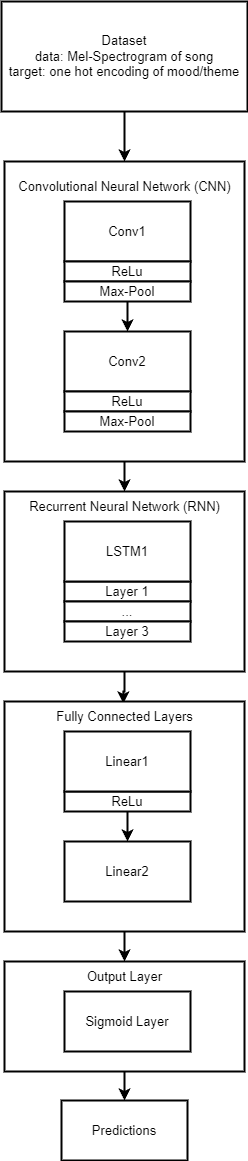
TomaszCieslak4/music-recognition keeps this draw.io diagram as images/Music-Recognition.drawio.png. Above is the earlier version. Source tidied: cells renumbered, new cells last; positions are measured from the earlier drawing's top-left corner, leaving out a move shared by most shapes. The source it was exported from:
```xml
<mxGraphModel>
  <root>
    <mxCell id="0" />
    <mxCell id="1" parent="0" />
    <mxCell id="2" style="edgeStyle=orthogonalEdgeStyle;rounded=0;jettySize=auto;html=1;entryX=0.493;entryY=0.067;entryDx=0;entryDy=0;entryPerimeter=0;strokeWidth=2;fontSize=13;" parent="1" edge="1" source="3" target="23">
      <mxGeometry relative="1" as="geometry" />
    </mxCell>
    <mxCell id="3" style="rounded=0;whiteSpace=wrap;html=1;fillColor=default;strokeWidth=2;fontSize=13;" parent="1" vertex="1">
      <mxGeometry x="3" y="490" width="240" height="180" as="geometry" />
    </mxCell>
    <mxCell id="4" style="edgeStyle=orthogonalEdgeStyle;rounded=0;jettySize=auto;html=1;entryX=0.5;entryY=0;entryDx=0;entryDy=0;strokeWidth=2;fontSize=13;" parent="1" edge="1" source="5" target="7">
      <mxGeometry relative="1" as="geometry" />
    </mxCell>
    <mxCell id="5" value="Dataset&lt;br style=&quot;font-size: 13px;&quot;&gt;data: Mel-Spectrogram of song&lt;br style=&quot;font-size: 13px;&quot;&gt;target: one hot encoding of mood/theme" style="rounded=0;whiteSpace=wrap;html=1;strokeWidth=2;fontSize=13;" parent="1" vertex="1">
      <mxGeometry width="246" height="110" as="geometry" />
    </mxCell>
    <mxCell id="6" style="edgeStyle=orthogonalEdgeStyle;rounded=0;jettySize=auto;html=1;entryX=0.5;entryY=0;entryDx=0;entryDy=0;strokeWidth=2;fontSize=13;" parent="1" edge="1" source="7" target="3">
      <mxGeometry relative="1" as="geometry" />
    </mxCell>
    <mxCell id="7" style="rounded=0;whiteSpace=wrap;html=1;fillColor=default;strokeWidth=2;fontSize=13;" parent="1" vertex="1">
      <mxGeometry x="3" y="160" width="240" height="300" as="geometry" />
    </mxCell>
    <mxCell id="8" value="Convolutional Neural Network (CNN)" style="text;html=1;align=center;verticalAlign=middle;strokeColor=none;fillColor=none;strokeWidth=2;fontSize=13;" parent="1" vertex="1">
      <mxGeometry x="3" y="170" width="240" height="30" as="geometry" />
    </mxCell>
    <mxCell id="9" value="Conv1" style="rounded=0;whiteSpace=wrap;html=1;strokeWidth=2;fontSize=13;" parent="1" vertex="1">
      <mxGeometry x="63" y="200" width="126" height="60" as="geometry" />
    </mxCell>
    <mxCell id="10" value="ReLu" style="rounded=0;whiteSpace=wrap;html=1;strokeWidth=2;fontSize=13;" parent="1" vertex="1">
      <mxGeometry x="63" y="260" width="126" height="20" as="geometry" />
    </mxCell>
    <mxCell id="11" style="edgeStyle=orthogonalEdgeStyle;rounded=0;jettySize=auto;html=1;entryX=0.5;entryY=0;entryDx=0;entryDy=0;strokeWidth=2;fontSize=13;" parent="1" edge="1" source="12" target="13">
      <mxGeometry relative="1" as="geometry" />
    </mxCell>
    <mxCell id="12" value="Max-Pool" style="rounded=0;whiteSpace=wrap;html=1;strokeWidth=2;fontSize=13;" parent="1" vertex="1">
      <mxGeometry x="63" y="280" width="126" height="20" as="geometry" />
    </mxCell>
    <mxCell id="13" value="Conv2" style="rounded=0;whiteSpace=wrap;html=1;strokeWidth=2;fontSize=13;" parent="1" vertex="1">
      <mxGeometry x="63" y="330" width="126" height="60" as="geometry" />
    </mxCell>
    <mxCell id="14" value="ReLu" style="rounded=0;whiteSpace=wrap;html=1;strokeWidth=2;fontSize=13;" parent="1" vertex="1">
      <mxGeometry x="63" y="390" width="126" height="20" as="geometry" />
    </mxCell>
    <mxCell id="15" value="Max-Pool" style="rounded=0;whiteSpace=wrap;html=1;strokeWidth=2;fontSize=13;" parent="1" vertex="1">
      <mxGeometry x="63" y="410" width="126" height="20" as="geometry" />
    </mxCell>
    <mxCell id="16" value="Recurrent Neural Network (RNN)" style="text;html=1;align=center;verticalAlign=middle;strokeColor=none;fillColor=none;strokeWidth=2;fontSize=13;" parent="1" vertex="1">
      <mxGeometry x="18" y="490" width="210" height="30" as="geometry" />
    </mxCell>
    <mxCell id="17" value="Layer 1" style="rounded=0;whiteSpace=wrap;html=1;strokeWidth=2;fontSize=13;" parent="1" vertex="1">
      <mxGeometry x="63" y="580" width="126" height="20" as="geometry" />
    </mxCell>
    <mxCell id="18" value="..." style="rounded=0;whiteSpace=wrap;html=1;strokeWidth=2;fontSize=13;" parent="1" vertex="1">
      <mxGeometry x="63" y="600" width="126" height="20" as="geometry" />
    </mxCell>
    <mxCell id="19" value="Layer 3" style="rounded=0;whiteSpace=wrap;html=1;strokeWidth=2;fontSize=13;" parent="1" vertex="1">
      <mxGeometry x="63" y="620" width="126" height="20" as="geometry" />
    </mxCell>
    <mxCell id="20" value="LSTM1" style="rounded=0;whiteSpace=wrap;html=1;strokeWidth=2;fontSize=13;" parent="1" vertex="1">
      <mxGeometry x="63" y="520" width="126" height="60" as="geometry" />
    </mxCell>
    <mxCell id="21" style="edgeStyle=orthogonalEdgeStyle;rounded=0;jettySize=auto;html=1;strokeWidth=2;fontSize=13;" parent="1" edge="1" source="22" target="30">
      <mxGeometry relative="1" as="geometry" />
    </mxCell>
    <mxCell id="22" style="rounded=0;whiteSpace=wrap;html=1;fillColor=default;strokeWidth=2;fontSize=13;" parent="1" vertex="1">
      <mxGeometry x="3" y="700" width="240" height="230" as="geometry" />
    </mxCell>
    <mxCell id="23" value="Fully Connected Layers" style="text;html=1;align=center;verticalAlign=middle;points=[];strokeColor=none;fillColor=none;strokeWidth=2;fontSize=13;" parent="1" vertex="1">
      <mxGeometry x="43" y="700" width="160" height="30" as="geometry" />
    </mxCell>
    <mxCell id="24" style="edgeStyle=orthogonalEdgeStyle;rounded=0;jettySize=auto;html=1;strokeWidth=2;fontSize=13;" parent="1" edge="1" source="25" target="27">
      <mxGeometry relative="1" as="geometry" />
    </mxCell>
    <mxCell id="25" value="ReLu" style="rounded=0;whiteSpace=wrap;html=1;strokeWidth=2;fontSize=13;" parent="1" vertex="1">
      <mxGeometry x="63" y="790" width="126" height="20" as="geometry" />
    </mxCell>
    <mxCell id="26" value="Linear1" style="rounded=0;whiteSpace=wrap;html=1;strokeWidth=2;fontSize=13;" parent="1" vertex="1">
      <mxGeometry x="63" y="730" width="126" height="60" as="geometry" />
    </mxCell>
    <mxCell id="27" value="Linear2" style="rounded=0;whiteSpace=wrap;html=1;strokeWidth=2;fontSize=13;" parent="1" vertex="1">
      <mxGeometry x="63" y="840" width="126" height="60" as="geometry" />
    </mxCell>
    <mxCell id="28" style="edgeStyle=orthogonalEdgeStyle;rounded=0;jettySize=auto;html=1;entryX=0.5;entryY=0;entryDx=0;entryDy=0;strokeWidth=2;fontSize=13;" parent="1" edge="1" source="29" target="32">
      <mxGeometry relative="1" as="geometry" />
    </mxCell>
    <mxCell id="29" style="rounded=0;whiteSpace=wrap;html=1;fillColor=default;strokeWidth=2;fontSize=13;" parent="1" vertex="1">
      <mxGeometry x="3" y="960" width="240" height="110" as="geometry" />
    </mxCell>
    <mxCell id="30" value="Output Layer" style="text;html=1;align=center;verticalAlign=middle;points=[];strokeColor=none;fillColor=none;strokeWidth=2;fontSize=13;" parent="1" vertex="1">
      <mxGeometry x="73" y="960" width="100" height="30" as="geometry" />
    </mxCell>
    <mxCell id="31" value="Sigmoid Layer" style="rounded=0;whiteSpace=wrap;html=1;strokeWidth=2;fontSize=13;" parent="1" vertex="1">
      <mxGeometry x="63" y="990" width="126" height="60" as="geometry" />
    </mxCell>
    <mxCell id="32" value="Predictions" style="rounded=0;whiteSpace=wrap;html=1;strokeWidth=2;fontSize=13;" parent="1" vertex="1">
      <mxGeometry x="60" y="1099" width="126" height="60" as="geometry" />
    </mxCell>
  </root>
</mxGraphModel>
```
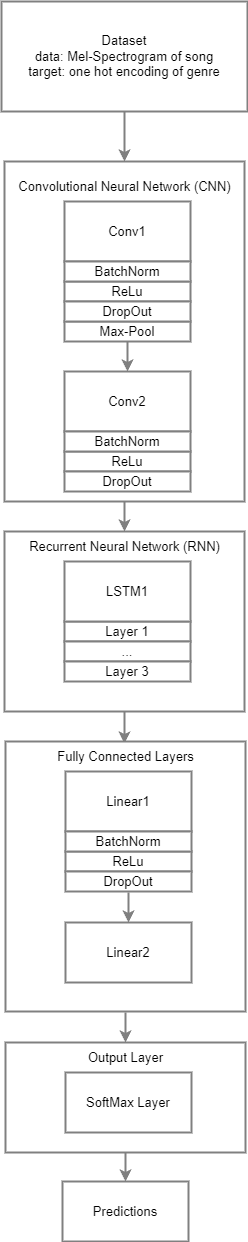
After the change.

Diff of the diagram source:
```diff
@@ -2,98 +2,119 @@
   <root>
     <mxCell id="0" />
     <mxCell id="1" parent="0" />
-    <mxCell id="2" style="edgeStyle=orthogonalEdgeStyle;rounded=0;jettySize=auto;html=1;entryX=0.493;entryY=0.067;entryDx=0;entryDy=0;entryPerimeter=0;strokeWidth=2;fontSize=13;" parent="1" edge="1" source="3" target="23">
+    <mxCell id="2" style="edgeStyle=orthogonalEdgeStyle;rounded=0;jettySize=auto;html=1;entryX=0.493;entryY=0.067;entryDx=0;entryDy=0;entryPerimeter=0;strokeWidth=2;fontSize=13;strokeColor=#808080;" parent="1" edge="1" source="3" target="23">
       <mxGeometry relative="1" as="geometry" />
     </mxCell>
-    <mxCell id="3" style="rounded=0;whiteSpace=wrap;html=1;fillColor=default;strokeWidth=2;fontSize=13;" parent="1" vertex="1">
-      <mxGeometry x="3" y="490" width="240" height="180" as="geometry" />
+    <mxCell id="3" style="rounded=0;whiteSpace=wrap;html=1;fillColor=default;strokeWidth=2;fontSize=13;strokeColor=#808080;" parent="1" vertex="1">
+      <mxGeometry x="3" y="530" width="240" height="180" as="geometry" />
     </mxCell>
-    <mxCell id="4" style="edgeStyle=orthogonalEdgeStyle;rounded=0;jettySize=auto;html=1;entryX=0.5;entryY=0;entryDx=0;entryDy=0;strokeWidth=2;fontSize=13;" parent="1" edge="1" source="5" target="7">
+    <mxCell id="4" style="edgeStyle=orthogonalEdgeStyle;rounded=0;jettySize=auto;html=1;entryX=0.5;entryY=0;entryDx=0;entryDy=0;strokeWidth=2;fontSize=13;strokeColor=#808080;" parent="1" edge="1" source="5" target="7">
       <mxGeometry relative="1" as="geometry" />
     </mxCell>
-    <mxCell id="5" value="Dataset&lt;br style=&quot;font-size: 13px;&quot;&gt;data: Mel-Spectrogram of song&lt;br style=&quot;font-size: 13px;&quot;&gt;target: one hot encoding of mood/theme" style="rounded=0;whiteSpace=wrap;html=1;strokeWidth=2;fontSize=13;" parent="1" vertex="1">
+    <mxCell id="5" value="Dataset&lt;br style=&quot;font-size: 13px;&quot;&gt;data: Mel-Spectrogram of song&lt;br style=&quot;font-size: 13px;&quot;&gt;target: one hot encoding of genre" style="rounded=0;whiteSpace=wrap;html=1;strokeWidth=2;fontSize=13;strokeColor=#808080;" parent="1" vertex="1">
       <mxGeometry width="246" height="110" as="geometry" />
     </mxCell>
-    <mxCell id="6" style="edgeStyle=orthogonalEdgeStyle;rounded=0;jettySize=auto;html=1;entryX=0.5;entryY=0;entryDx=0;entryDy=0;strokeWidth=2;fontSize=13;" parent="1" edge="1" source="7" target="3">
-      <mxGeometry relative="1" as="geometry" />
+    <mxCell id="6" style="edgeStyle=orthogonalEdgeStyle;rounded=0;jettySize=auto;html=1;entryX=0.5;entryY=0;entryDx=0;entryDy=0;strokeWidth=2;fontSize=13;strokeColor=#808080;" parent="1" edge="1" target="3">
+      <mxGeometry relative="1" as="geometry">
+        <mxPoint x="123" y="500" as="sourcePoint" />
+      </mxGeometry>
     </mxCell>
-    <mxCell id="7" style="rounded=0;whiteSpace=wrap;html=1;fillColor=default;strokeWidth=2;fontSize=13;" parent="1" vertex="1">
-      <mxGeometry x="3" y="160" width="240" height="300" as="geometry" />
+    <mxCell id="7" style="rounded=0;whiteSpace=wrap;html=1;fillColor=default;strokeWidth=2;fontSize=13;strokeColor=#808080;" parent="1" vertex="1">
+      <mxGeometry x="3" y="160" width="240" height="340" as="geometry" />
     </mxCell>
     <mxCell id="8" value="Convolutional Neural Network (CNN)" style="text;html=1;align=center;verticalAlign=middle;strokeColor=none;fillColor=none;strokeWidth=2;fontSize=13;" parent="1" vertex="1">
       <mxGeometry x="3" y="170" width="240" height="30" as="geometry" />
     </mxCell>
-    <mxCell id="9" value="Conv1" style="rounded=0;whiteSpace=wrap;html=1;strokeWidth=2;fontSize=13;" parent="1" vertex="1">
+    <mxCell id="9" value="Conv1" style="rounded=0;whiteSpace=wrap;html=1;strokeWidth=2;fontSize=13;strokeColor=#808080;" parent="1" vertex="1">
       <mxGeometry x="63" y="200" width="126" height="60" as="geometry" />
     </mxCell>
-    <mxCell id="10" value="ReLu" style="rounded=0;whiteSpace=wrap;html=1;strokeWidth=2;fontSize=13;" parent="1" vertex="1">
-      <mxGeometry x="63" y="260" width="126" height="20" as="geometry" />
+    <mxCell id="10" value="ReLu" style="rounded=0;whiteSpace=wrap;html=1;strokeWidth=2;fontSize=13;strokeColor=#808080;" parent="1" vertex="1">
+      <mxGeometry x="63" y="280" width="126" height="20" as="geometry" />
     </mxCell>
-    <mxCell id="11" style="edgeStyle=orthogonalEdgeStyle;rounded=0;jettySize=auto;html=1;entryX=0.5;entryY=0;entryDx=0;entryDy=0;strokeWidth=2;fontSize=13;" parent="1" edge="1" source="12" target="13">
+    <mxCell id="11" style="edgeStyle=orthogonalEdgeStyle;rounded=0;jettySize=auto;html=1;entryX=0.5;entryY=0;entryDx=0;entryDy=0;strokeWidth=2;fontSize=13;strokeColor=#808080;" parent="1" edge="1" source="12" target="13">
       <mxGeometry relative="1" as="geometry" />
     </mxCell>
-    <mxCell id="12" value="Max-Pool" style="rounded=0;whiteSpace=wrap;html=1;strokeWidth=2;fontSize=13;" parent="1" vertex="1">
-      <mxGeometry x="63" y="280" width="126" height="20" as="geometry" />
+    <mxCell id="12" value="Max-Pool" style="rounded=0;whiteSpace=wrap;html=1;strokeWidth=2;fontSize=13;strokeColor=#808080;" parent="1" vertex="1">
+      <mxGeometry x="63" y="320" width="126" height="20" as="geometry" />
     </mxCell>
-    <mxCell id="13" value="Conv2" style="rounded=0;whiteSpace=wrap;html=1;strokeWidth=2;fontSize=13;" parent="1" vertex="1">
-      <mxGeometry x="63" y="330" width="126" height="60" as="geometry" />
+    <mxCell id="13" value="Conv2" style="rounded=0;whiteSpace=wrap;html=1;strokeWidth=2;fontSize=13;strokeColor=#808080;" parent="1" vertex="1">
+      <mxGeometry x="63" y="370" width="126" height="60" as="geometry" />
     </mxCell>
-    <mxCell id="14" value="ReLu" style="rounded=0;whiteSpace=wrap;html=1;strokeWidth=2;fontSize=13;" parent="1" vertex="1">
-      <mxGeometry x="63" y="390" width="126" height="20" as="geometry" />
+    <mxCell id="14" value="ReLu" style="rounded=0;whiteSpace=wrap;html=1;strokeWidth=2;fontSize=13;strokeColor=#808080;" parent="1" vertex="1">
+      <mxGeometry x="63" y="450" width="126" height="20" as="geometry" />
     </mxCell>
-    <mxCell id="15" value="Max-Pool" style="rounded=0;whiteSpace=wrap;html=1;strokeWidth=2;fontSize=13;" parent="1" vertex="1">
-      <mxGeometry x="63" y="410" width="126" height="20" as="geometry" />
-    </mxCell>
     <mxCell id="16" value="Recurrent Neural Network (RNN)" style="text;html=1;align=center;verticalAlign=middle;strokeColor=none;fillColor=none;strokeWidth=2;fontSize=13;" parent="1" vertex="1">
-      <mxGeometry x="18" y="490" width="210" height="30" as="geometry" />
+      <mxGeometry x="18" y="530" width="210" height="30" as="geometry" />
     </mxCell>
-    <mxCell id="17" value="Layer 1" style="rounded=0;whiteSpace=wrap;html=1;strokeWidth=2;fontSize=13;" parent="1" vertex="1">
-      <mxGeometry x="63" y="580" width="126" height="20" as="geometry" />
+    <mxCell id="17" value="Layer 1" style="rounded=0;whiteSpace=wrap;html=1;strokeWidth=2;fontSize=13;strokeColor=#808080;" parent="1" vertex="1">
+      <mxGeometry x="63" y="620" width="126" height="20" as="geometry" />
     </mxCell>
-    <mxCell id="18" value="..." style="rounded=0;whiteSpace=wrap;html=1;strokeWidth=2;fontSize=13;" parent="1" vertex="1">
-      <mxGeometry x="63" y="600" width="126" height="20" as="geometry" />
+    <mxCell id="18" value="..." style="rounded=0;whiteSpace=wrap;html=1;strokeWidth=2;fontSize=13;strokeColor=#808080;" parent="1" vertex="1">
+      <mxGeometry x="63" y="640" width="126" height="20" as="geometry" />
     </mxCell>
-    <mxCell id="19" value="Layer 3" style="rounded=0;whiteSpace=wrap;html=1;strokeWidth=2;fontSize=13;" parent="1" vertex="1">
-      <mxGeometry x="63" y="620" width="126" height="20" as="geometry" />
+    <mxCell id="19" value="Layer 3" style="rounded=0;whiteSpace=wrap;html=1;strokeWidth=2;fontSize=13;strokeColor=#808080;" parent="1" vertex="1">
+      <mxGeometry x="63" y="660" width="126" height="20" as="geometry" />
     </mxCell>
-    <mxCell id="20" value="LSTM1" style="rounded=0;whiteSpace=wrap;html=1;strokeWidth=2;fontSize=13;" parent="1" vertex="1">
-      <mxGeometry x="63" y="520" width="126" height="60" as="geometry" />
+    <mxCell id="20" value="LSTM1" style="rounded=0;whiteSpace=wrap;html=1;strokeWidth=2;fontSize=13;strokeColor=#808080;" parent="1" vertex="1">
+      <mxGeometry x="63" y="560" width="126" height="60" as="geometry" />
     </mxCell>
-    <mxCell id="21" style="edgeStyle=orthogonalEdgeStyle;rounded=0;jettySize=auto;html=1;strokeWidth=2;fontSize=13;" parent="1" edge="1" source="22" target="30">
-      <mxGeometry relative="1" as="geometry" />
+    <mxCell id="21" style="edgeStyle=orthogonalEdgeStyle;rounded=0;jettySize=auto;html=1;strokeWidth=2;fontSize=13;strokeColor=#808080;" parent="1" edge="1" target="30">
+      <mxGeometry relative="1" as="geometry">
+        <mxPoint x="124" y="1011" as="sourcePoint" />
+      </mxGeometry>
     </mxCell>
-    <mxCell id="22" style="rounded=0;whiteSpace=wrap;html=1;fillColor=default;strokeWidth=2;fontSize=13;" parent="1" vertex="1">
-      <mxGeometry x="3" y="700" width="240" height="230" as="geometry" />
+    <mxCell id="22" style="rounded=0;whiteSpace=wrap;html=1;fillColor=default;strokeWidth=2;fontSize=13;strokeColor=#808080;" parent="1" vertex="1">
+      <mxGeometry x="4" y="740" width="240" height="270" as="geometry" />
     </mxCell>
     <mxCell id="23" value="Fully Connected Layers" style="text;html=1;align=center;verticalAlign=middle;points=[];strokeColor=none;fillColor=none;strokeWidth=2;fontSize=13;" parent="1" vertex="1">
-      <mxGeometry x="43" y="700" width="160" height="30" as="geometry" />
+      <mxGeometry x="44" y="740" width="160" height="30" as="geometry" />
     </mxCell>
-    <mxCell id="24" style="edgeStyle=orthogonalEdgeStyle;rounded=0;jettySize=auto;html=1;strokeWidth=2;fontSize=13;" parent="1" edge="1" source="25" target="27">
-      <mxGeometry relative="1" as="geometry" />
+    <mxCell id="24" style="edgeStyle=orthogonalEdgeStyle;rounded=0;jettySize=auto;html=1;strokeWidth=2;fontSize=13;strokeColor=#808080;" parent="1" edge="1" target="27">
+      <mxGeometry relative="1" as="geometry">
+        <mxPoint x="127" y="891" as="sourcePoint" />
+      </mxGeometry>
     </mxCell>
-    <mxCell id="25" value="ReLu" style="rounded=0;whiteSpace=wrap;html=1;strokeWidth=2;fontSize=13;" parent="1" vertex="1">
-      <mxGeometry x="63" y="790" width="126" height="20" as="geometry" />
-    </mxCell>
-    <mxCell id="26" value="Linear1" style="rounded=0;whiteSpace=wrap;html=1;strokeWidth=2;fontSize=13;" parent="1" vertex="1">
-      <mxGeometry x="63" y="730" width="126" height="60" as="geometry" />
+    <mxCell id="26" value="Linear1" style="rounded=0;whiteSpace=wrap;html=1;strokeWidth=2;fontSize=13;strokeColor=#808080;" parent="1" vertex="1">
+      <mxGeometry x="64" y="770" width="126" height="60" as="geometry" />
     </mxCell>
-    <mxCell id="27" value="Linear2" style="rounded=0;whiteSpace=wrap;html=1;strokeWidth=2;fontSize=13;" parent="1" vertex="1">
-      <mxGeometry x="63" y="840" width="126" height="60" as="geometry" />
+    <mxCell id="27" value="Linear2" style="rounded=0;whiteSpace=wrap;html=1;strokeWidth=2;fontSize=13;strokeColor=#808080;" parent="1" vertex="1">
+      <mxGeometry x="64" y="921" width="126" height="60" as="geometry" />
     </mxCell>
-    <mxCell id="28" style="edgeStyle=orthogonalEdgeStyle;rounded=0;jettySize=auto;html=1;entryX=0.5;entryY=0;entryDx=0;entryDy=0;strokeWidth=2;fontSize=13;" parent="1" edge="1" source="29" target="32">
+    <mxCell id="28" style="edgeStyle=orthogonalEdgeStyle;rounded=0;jettySize=auto;html=1;entryX=0.5;entryY=0;entryDx=0;entryDy=0;strokeWidth=2;fontSize=13;strokeColor=#808080;" parent="1" edge="1" source="29" target="32">
       <mxGeometry relative="1" as="geometry" />
     </mxCell>
-    <mxCell id="29" style="rounded=0;whiteSpace=wrap;html=1;fillColor=default;strokeWidth=2;fontSize=13;" parent="1" vertex="1">
-      <mxGeometry x="3" y="960" width="240" height="110" as="geometry" />
+    <mxCell id="29" style="rounded=0;whiteSpace=wrap;html=1;fillColor=default;strokeWidth=2;fontSize=13;strokeColor=#808080;" parent="1" vertex="1">
+      <mxGeometry x="4" y="1041" width="240" height="110" as="geometry" />
     </mxCell>
     <mxCell id="30" value="Output Layer" style="text;html=1;align=center;verticalAlign=middle;points=[];strokeColor=none;fillColor=none;strokeWidth=2;fontSize=13;" parent="1" vertex="1">
-      <mxGeometry x="73" y="960" width="100" height="30" as="geometry" />
+      <mxGeometry x="74" y="1041" width="100" height="30" as="geometry" />
     </mxCell>
-    <mxCell id="31" value="Sigmoid Layer" style="rounded=0;whiteSpace=wrap;html=1;strokeWidth=2;fontSize=13;" parent="1" vertex="1">
-      <mxGeometry x="63" y="990" width="126" height="60" as="geometry" />
+    <mxCell id="31" value="SoftMax Layer" style="rounded=0;whiteSpace=wrap;html=1;strokeWidth=2;fontSize=13;strokeColor=#808080;" parent="1" vertex="1">
+      <mxGeometry x="64" y="1071" width="126" height="60" as="geometry" />
     </mxCell>
-    <mxCell id="32" value="Predictions" style="rounded=0;whiteSpace=wrap;html=1;strokeWidth=2;fontSize=13;" parent="1" vertex="1">
-      <mxGeometry x="60" y="1099" width="126" height="60" as="geometry" />
+    <mxCell id="32" value="Predictions" style="rounded=0;whiteSpace=wrap;html=1;strokeWidth=2;fontSize=13;strokeColor=#808080;" parent="1" vertex="1">
+      <mxGeometry x="61" y="1180" width="126" height="60" as="geometry" />
     </mxCell>
+    <mxCell id="33" value="BatchNorm" style="rounded=0;whiteSpace=wrap;html=1;strokeWidth=2;fontSize=13;strokeColor=#808080;" parent="1" vertex="1">
+      <mxGeometry x="63" y="260" width="126" height="20" as="geometry" />
+    </mxCell>
+    <mxCell id="34" value="DropOut" style="rounded=0;whiteSpace=wrap;html=1;strokeWidth=2;fontSize=13;strokeColor=#808080;" parent="1" vertex="1">
+      <mxGeometry x="63" y="300" width="126" height="20" as="geometry" />
+    </mxCell>
+    <mxCell id="35" value="DropOut" style="rounded=0;whiteSpace=wrap;html=1;strokeWidth=2;fontSize=13;strokeColor=#808080;" parent="1" vertex="1">
+      <mxGeometry x="63" y="470" width="126" height="20" as="geometry" />
+    </mxCell>
+    <mxCell id="36" value="BatchNorm" style="rounded=0;whiteSpace=wrap;html=1;strokeWidth=2;fontSize=13;strokeColor=#808080;" parent="1" vertex="1">
+      <mxGeometry x="63" y="430" width="126" height="20" as="geometry" />
+    </mxCell>
+    <mxCell id="25" value="ReLu" style="rounded=0;whiteSpace=wrap;html=1;strokeWidth=2;fontSize=13;strokeColor=#808080;" parent="1" vertex="1">
+      <mxGeometry x="64" y="850" width="126" height="20" as="geometry" />
+    </mxCell>
+    <mxCell id="37" value="BatchNorm" style="rounded=0;whiteSpace=wrap;html=1;strokeWidth=2;fontSize=13;strokeColor=#808080;" parent="1" vertex="1">
+      <mxGeometry x="64" y="830" width="126" height="20" as="geometry" />
+    </mxCell>
+    <mxCell id="38" value="DropOut" style="rounded=0;whiteSpace=wrap;html=1;strokeWidth=2;fontSize=13;strokeColor=#808080;" parent="1" vertex="1">
+      <mxGeometry x="64" y="870" width="126" height="20" as="geometry" />
+    </mxCell>
   </root>
 </mxGraphModel>
```
